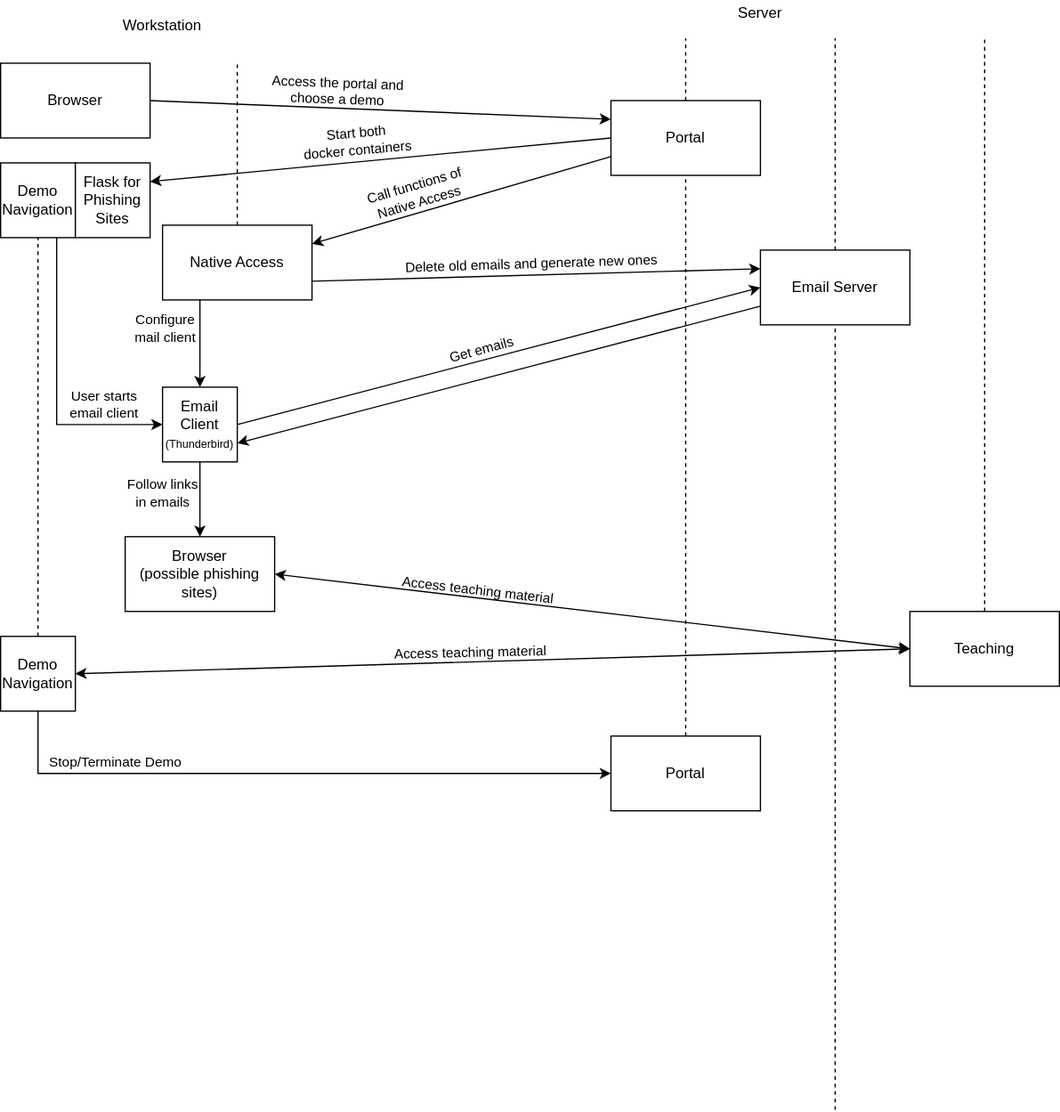
Above: wiki/Demo Flow.svg in elite-projekt/demonstrations (draw.io), before the change. Source tidied: cells renumbered, new cells last; positions are measured from the earlier drawing's top-left corner, leaving out a move shared by most shapes. The source it was exported from:
```xml
<mxGraphModel>
  <root>
    <mxCell id="0" />
    <mxCell id="1" parent="0" />
    <mxCell id="2" value="Workstation" style="text;html=1;strokeColor=none;fillColor=none;align=center;verticalAlign=middle;whiteSpace=wrap;rounded=0;" parent="1" vertex="1">
      <mxGeometry x="90" y="10" width="80" height="20" as="geometry" />
    </mxCell>
    <mxCell id="3" value="Server" style="text;html=1;strokeColor=none;fillColor=none;align=center;verticalAlign=middle;whiteSpace=wrap;rounded=0;" parent="1" vertex="1">
      <mxGeometry x="570" width="80" height="20" as="geometry" />
    </mxCell>
    <mxCell id="4" value="Browser" style="rounded=0;whiteSpace=wrap;html=1;" parent="1" vertex="1">
      <mxGeometry y="50" width="120" height="60" as="geometry" />
    </mxCell>
    <mxCell id="5" value="Portal" style="rounded=0;whiteSpace=wrap;html=1;" parent="1" vertex="1">
      <mxGeometry x="490" y="80" width="120" height="60" as="geometry" />
    </mxCell>
    <mxCell id="6" style="endArrow=classic;html=1;exitX=1;exitY=0.5;exitDx=0;exitDy=0;entryX=0;entryY=0.25;entryDx=0;entryDy=0;" parent="1" edge="1" source="4" target="5">
      <mxGeometry relative="1" as="geometry" />
    </mxCell>
    <mxCell id="7" value="Access the portal and&lt;br&gt;choose a demo" style="edgeLabel;html=1;align=center;verticalAlign=bottom;labelBorderColor=none;rotation=2.1;labelBackgroundColor=none;" parent="6" vertex="1">
      <mxGeometry x="-0.34" y="2" relative="1" as="geometry">
        <mxPoint x="28.6" y="4.1" as="offset" />
      </mxGeometry>
    </mxCell>
    <mxCell id="8" value="Native Access" style="rounded=0;whiteSpace=wrap;html=1;" parent="1" vertex="1">
      <mxGeometry x="130" y="180" width="120" height="60" as="geometry" />
    </mxCell>
    <mxCell id="9" style="endArrow=none;dashed=1;html=1;exitX=0.5;exitY=0;exitDx=0;exitDy=0;" parent="1" edge="1" source="8">
      <mxGeometry relative="1" as="geometry">
        <mxPoint x="190" y="50" as="targetPoint" />
      </mxGeometry>
    </mxCell>
    <mxCell id="10" value="Email Server" style="rounded=0;whiteSpace=wrap;html=1;" parent="1" vertex="1">
      <mxGeometry x="610" y="200" width="120" height="60" as="geometry" />
    </mxCell>
    <mxCell id="11" value="Demo Navigation" style="whiteSpace=wrap;html=1;" parent="1" vertex="1">
      <mxGeometry y="130" width="60" height="60" as="geometry" />
    </mxCell>
    <mxCell id="12" value="Flask for Phishing Sites" style="whiteSpace=wrap;html=1;" parent="1" vertex="1">
      <mxGeometry x="60" y="130" width="60" height="60" as="geometry" />
    </mxCell>
    <mxCell id="13" style="endArrow=classic;html=1;entryX=1;entryY=0.25;entryDx=0;entryDy=0;" parent="1" edge="1" target="8">
      <mxGeometry relative="1" as="geometry">
        <mxPoint x="490" y="125" as="sourcePoint" />
      </mxGeometry>
    </mxCell>
    <mxCell id="14" value="Call functions of&lt;br&gt;Native Access" style="edgeLabel;html=1;align=center;verticalAlign=middle;rotation=-16.4;labelBackgroundColor=none;" parent="13" vertex="1">
      <mxGeometry x="0.32" y="1" relative="1" as="geometry">
        <mxPoint x="2.6" y="-17.3" as="offset" />
      </mxGeometry>
    </mxCell>
    <mxCell id="15" style="endArrow=classic;html=1;exitX=1;exitY=0.75;exitDx=0;exitDy=0;entryX=0;entryY=0.25;entryDx=0;entryDy=0;" parent="1" edge="1" source="8" target="10">
      <mxGeometry relative="1" as="geometry" />
    </mxCell>
    <mxCell id="16" value="Delete old emails and generate new ones" style="edgeLabel;html=1;align=center;verticalAlign=middle;rotation=-1.7999999999999998;labelBackgroundColor=none;" parent="15" vertex="1">
      <mxGeometry x="0.04" y="-1" relative="1" as="geometry">
        <mxPoint x="-10.9" y="-9.8" as="offset" />
      </mxGeometry>
    </mxCell>
    <mxCell id="17" value="Email Client&lt;br&gt;&lt;font style=&quot;font-size: 9px&quot;&gt;(Thunderbird)&lt;/font&gt;" style="whiteSpace=wrap;html=1;" parent="1" vertex="1">
      <mxGeometry x="130" y="310" width="60" height="60" as="geometry" />
    </mxCell>
    <mxCell id="18" style="endArrow=classic;html=1;exitX=0.75;exitY=1;exitDx=0;exitDy=0;entryX=0;entryY=0.5;entryDx=0;entryDy=0;rounded=0;" parent="1" edge="1" source="11" target="17">
      <mxGeometry relative="1" as="geometry">
        <Array as="points">
          <mxPoint x="45" y="340" />
        </Array>
      </mxGeometry>
    </mxCell>
    <mxCell id="19" value="User starts &lt;br&gt;email client" style="edgeLabel;html=1;align=center;verticalAlign=middle;labelBackgroundColor=none;" parent="18" vertex="1">
      <mxGeometry x="-0.47" y="-1" relative="1" as="geometry">
        <mxPoint x="39" y="71.9" as="offset" />
      </mxGeometry>
    </mxCell>
    <mxCell id="20" style="endArrow=classic;html=1;exitX=1;exitY=0.5;exitDx=0;exitDy=0;entryX=0;entryY=0.5;entryDx=0;entryDy=0;" parent="1" edge="1" source="17" target="10">
      <mxGeometry relative="1" as="geometry" />
    </mxCell>
    <mxCell id="21" value="Get emails" style="edgeLabel;html=1;align=center;verticalAlign=middle;labelBackgroundColor=none;rotation=-15;" parent="20" vertex="1">
      <mxGeometry x="-0.07" relative="1" as="geometry">
        <mxPoint x="1.2" y="-9" as="offset" />
      </mxGeometry>
    </mxCell>
    <mxCell id="22" style="endArrow=classic;html=1;exitX=0;exitY=0.75;exitDx=0;exitDy=0;entryX=1;entryY=0.75;entryDx=0;entryDy=0;" parent="1" edge="1" source="10" target="17">
      <mxGeometry relative="1" as="geometry" />
    </mxCell>
    <mxCell id="23" style="endArrow=classic;html=1;exitX=0.25;exitY=1;exitDx=0;exitDy=0;entryX=0.5;entryY=0;entryDx=0;entryDy=0;" parent="1" edge="1" source="8" target="17">
      <mxGeometry relative="1" as="geometry">
        <Array as="points">
          <mxPoint x="160" y="260" />
        </Array>
      </mxGeometry>
    </mxCell>
    <mxCell id="24" value="Configure &lt;br&gt;mail client" style="edgeLabel;html=1;align=center;verticalAlign=middle;labelBackgroundColor=none;" parent="23" vertex="1">
      <mxGeometry x="-0.48" relative="1" as="geometry">
        <mxPoint x="-28" y="4.2" as="offset" />
      </mxGeometry>
    </mxCell>
    <mxCell id="25" style="endArrow=classic;html=1;entryX=1;entryY=0.25;entryDx=0;entryDy=0;exitX=0;exitY=0.5;exitDx=0;exitDy=0;" parent="1" edge="1" source="5" target="12">
      <mxGeometry relative="1" as="geometry" />
    </mxCell>
    <mxCell id="26" value="Start both&lt;br&gt;docker containers" style="edgeLabel;html=1;align=center;verticalAlign=middle;rotation=-5;labelBackgroundColor=none;" parent="25" vertex="1">
      <mxGeometry x="-0.06" y="2" relative="1" as="geometry">
        <mxPoint x="-30.5" y="-15.4" as="offset" />
      </mxGeometry>
    </mxCell>
    <mxCell id="27" style="endArrow=none;dashed=1;html=1;exitX=0.5;exitY=0;exitDx=0;exitDy=0;" parent="1" edge="1" source="10">
      <mxGeometry relative="1" as="geometry">
        <mxPoint x="670" y="30" as="targetPoint" />
      </mxGeometry>
    </mxCell>
    <mxCell id="28" value="Browser&lt;br&gt;(possible phishing sites)" style="rounded=0;whiteSpace=wrap;html=1;labelBackgroundColor=none;" parent="1" vertex="1">
      <mxGeometry x="100" y="430" width="120" height="60" as="geometry" />
    </mxCell>
    <mxCell id="29" style="endArrow=classic;html=1;exitX=0.5;exitY=1;exitDx=0;exitDy=0;entryX=0.5;entryY=0;entryDx=0;entryDy=0;rounded=0;" parent="1" edge="1" source="17" target="28">
      <mxGeometry relative="1" as="geometry">
        <Array as="points">
          <mxPoint x="160" y="400" />
        </Array>
      </mxGeometry>
    </mxCell>
    <mxCell id="30" value="Follow links&lt;br&gt;in emails" style="edgeLabel;html=1;align=center;verticalAlign=middle;labelBackgroundColor=none;" parent="29" vertex="1">
      <mxGeometry x="-0.28" relative="1" as="geometry">
        <mxPoint x="-30" y="3.6" as="offset" />
      </mxGeometry>
    </mxCell>
    <mxCell id="31" value="Demo Navigation" style="whiteSpace=wrap;html=1;" parent="1" vertex="1">
      <mxGeometry y="510" width="60" height="60" as="geometry" />
    </mxCell>
    <mxCell id="32" style="endArrow=none;dashed=1;html=1;entryX=0.5;entryY=1;entryDx=0;entryDy=0;exitX=0.5;exitY=0;exitDx=0;exitDy=0;" parent="1" edge="1" source="35" target="5">
      <mxGeometry relative="1" as="geometry" />
    </mxCell>
    <mxCell id="33" style="endArrow=none;dashed=1;html=1;entryX=0.5;entryY=1;entryDx=0;entryDy=0;" parent="1" edge="1" target="10">
      <mxGeometry relative="1" as="geometry">
        <mxPoint x="670" y="890" as="sourcePoint" />
      </mxGeometry>
    </mxCell>
    <mxCell id="34" style="endArrow=none;dashed=1;html=1;exitX=0.5;exitY=0;exitDx=0;exitDy=0;" parent="1" edge="1" source="5">
      <mxGeometry relative="1" as="geometry">
        <mxPoint x="550" y="30" as="targetPoint" />
      </mxGeometry>
    </mxCell>
    <mxCell id="35" value="Portal" style="rounded=0;whiteSpace=wrap;html=1;" parent="1" vertex="1">
      <mxGeometry x="490" y="590" width="120" height="60" as="geometry" />
    </mxCell>
    <mxCell id="36" value="Teaching" style="rounded=0;whiteSpace=wrap;html=1;" parent="1" vertex="1">
      <mxGeometry x="730" y="490" width="120" height="60" as="geometry" />
    </mxCell>
    <mxCell id="37" style="endArrow=none;dashed=1;html=1;exitX=0.5;exitY=0;exitDx=0;exitDy=0;" parent="1" edge="1" source="36">
      <mxGeometry relative="1" as="geometry">
        <mxPoint x="790" y="30" as="targetPoint" />
      </mxGeometry>
    </mxCell>
    <mxCell id="38" style="endArrow=classic;startArrow=classic;html=1;exitX=1;exitY=0.5;exitDx=0;exitDy=0;entryX=0;entryY=0.5;entryDx=0;entryDy=0;" parent="1" edge="1" source="28" target="36">
      <mxGeometry relative="1" as="geometry" />
    </mxCell>
    <mxCell id="39" value="Access teaching material" style="edgeLabel;html=1;align=center;verticalAlign=middle;rotation=6.6;labelBackgroundColor=none;" parent="38" vertex="1">
      <mxGeometry x="-0.41" y="1" relative="1" as="geometry">
        <mxPoint x="12.9" y="-3.6" as="offset" />
      </mxGeometry>
    </mxCell>
    <mxCell id="40" style="endArrow=classic;startArrow=classic;html=1;exitX=1;exitY=0.5;exitDx=0;exitDy=0;entryX=0;entryY=0.5;entryDx=0;entryDy=0;" parent="1" edge="1" source="31" target="36">
      <mxGeometry relative="1" as="geometry" />
    </mxCell>
    <mxCell id="41" value="Access teaching material" style="edgeLabel;html=1;align=center;verticalAlign=middle;rotation=-1.3;labelBackgroundColor=none;" parent="40" vertex="1">
      <mxGeometry x="-0.04" relative="1" as="geometry">
        <mxPoint x="-3.5" y="-7.4" as="offset" />
      </mxGeometry>
    </mxCell>
    <mxCell id="42" style="endArrow=none;dashed=1;html=1;entryX=0.5;entryY=1;entryDx=0;entryDy=0;exitX=0.5;exitY=0;exitDx=0;exitDy=0;" parent="1" edge="1" source="31" target="11">
      <mxGeometry relative="1" as="geometry" />
    </mxCell>
    <mxCell id="43" style="endArrow=classic;html=1;exitX=0.5;exitY=1;exitDx=0;exitDy=0;entryX=0;entryY=0.5;entryDx=0;entryDy=0;rounded=0;" parent="1" edge="1" source="31" target="35">
      <mxGeometry relative="1" as="geometry">
        <Array as="points">
          <mxPoint x="30" y="620" />
        </Array>
      </mxGeometry>
    </mxCell>
    <mxCell id="44" value="Stop/Terminate Demo" style="edgeLabel;html=1;align=center;verticalAlign=middle;labelBackgroundColor=none;" parent="43" vertex="1">
      <mxGeometry x="-0.36" y="-1" relative="1" as="geometry">
        <mxPoint x="-51.5" y="-10" as="offset" />
      </mxGeometry>
    </mxCell>
  </root>
</mxGraphModel>
```
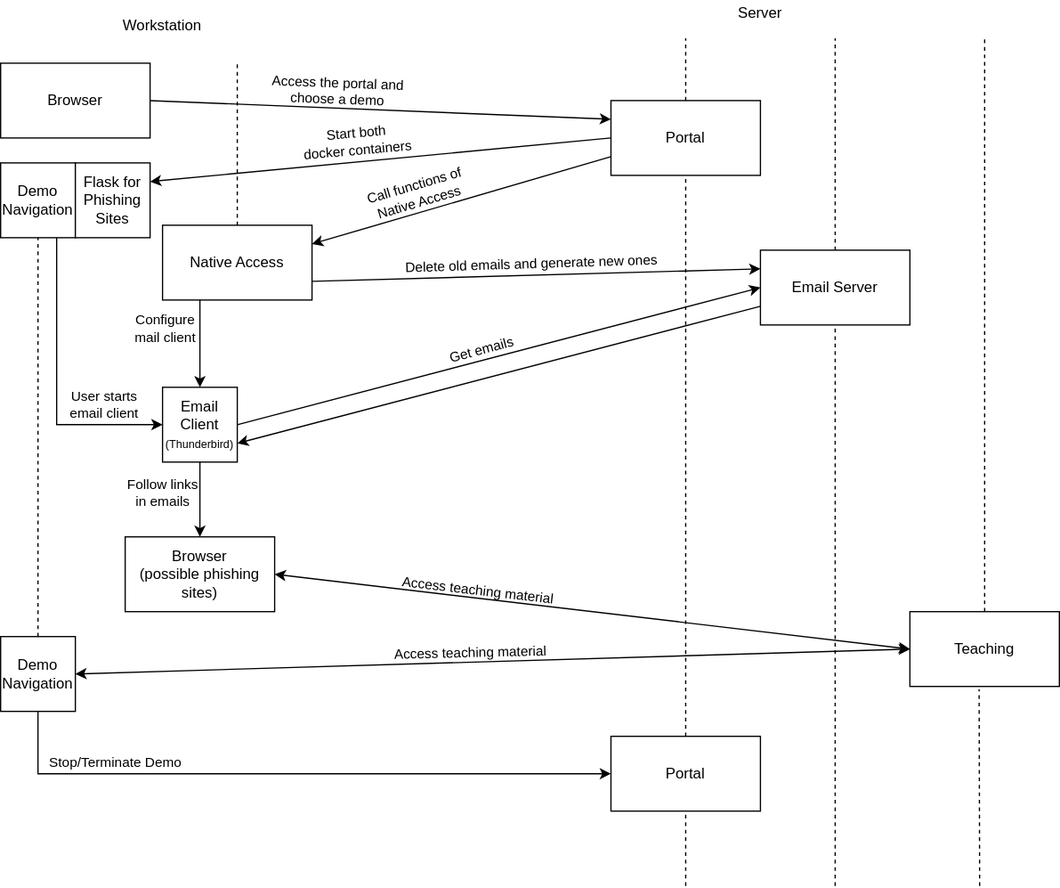
After the commit.

Diff of the diagram source:
```diff
@@ -131,7 +131,7 @@
     </mxCell>
     <mxCell id="33" style="endArrow=none;dashed=1;html=1;entryX=0.5;entryY=1;entryDx=0;entryDy=0;" parent="1" edge="1" target="10">
       <mxGeometry relative="1" as="geometry">
-        <mxPoint x="670" y="890" as="sourcePoint" />
+        <mxPoint x="670" y="710" as="sourcePoint" />
       </mxGeometry>
     </mxCell>
     <mxCell id="34" style="endArrow=none;dashed=1;html=1;exitX=0.5;exitY=0;exitDx=0;exitDy=0;" parent="1" edge="1" source="5">
@@ -181,5 +181,15 @@
         <mxPoint x="-51.5" y="-10" as="offset" />
       </mxGeometry>
     </mxCell>
+    <mxCell id="45" style="endArrow=none;dashed=1;html=1;entryX=0.463;entryY=1.037;entryDx=0;entryDy=0;entryPerimeter=0;" parent="1" edge="1" target="36">
+      <mxGeometry relative="1" as="geometry">
+        <mxPoint x="786" y="710" as="sourcePoint" />
+      </mxGeometry>
+    </mxCell>
+    <mxCell id="46" style="endArrow=none;dashed=1;html=1;entryX=0.5;entryY=1;entryDx=0;entryDy=0;" parent="1" edge="1" target="35">
+      <mxGeometry relative="1" as="geometry">
+        <mxPoint x="550" y="710" as="sourcePoint" />
+      </mxGeometry>
+    </mxCell>
   </root>
 </mxGraphModel>
```
